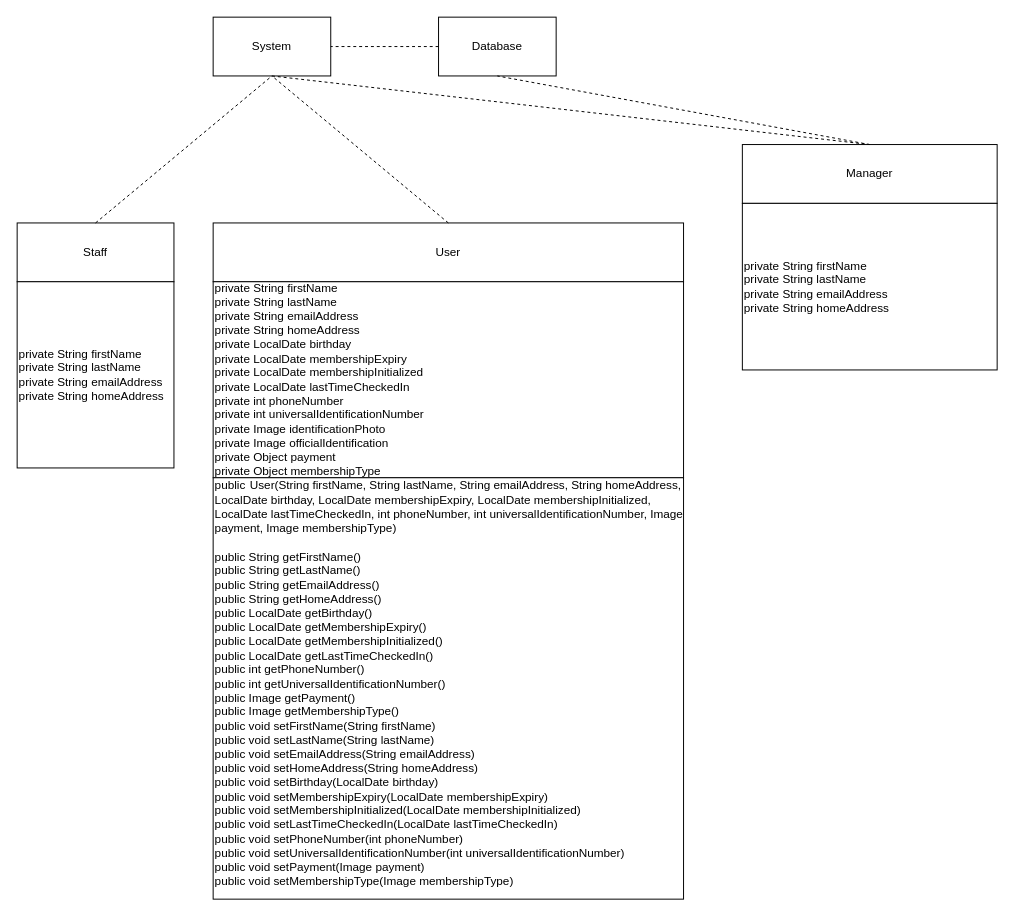
Before: UMLDiagram.drawio in EricSpencer00/COMP330Group5, a draw.io diagram. Source tidied: cells renumbered, new cells numbered last; positions are measured from the earlier drawing's top-left corner, leaving out a move shared by most shapes. Both pictures are drawn from the tidied source at 98%, with x=0, y=0 at pixel (17, 17).
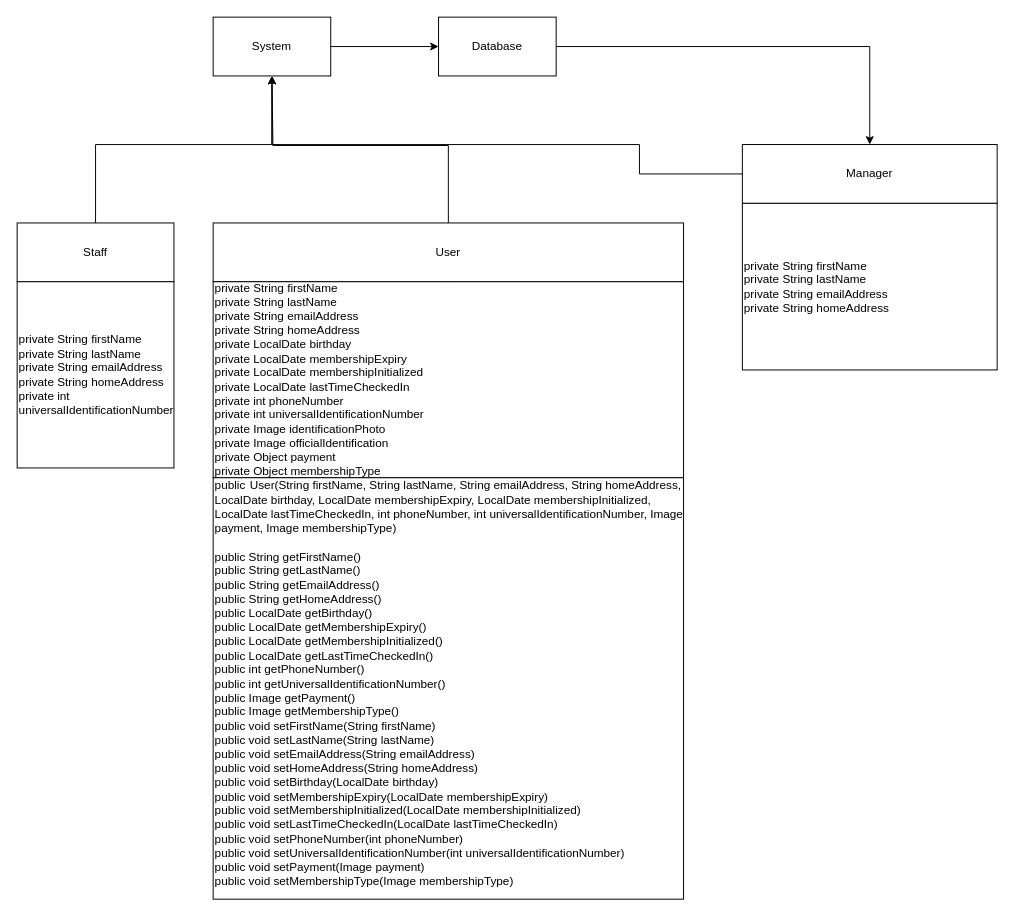
After the change.

Commit message:
Better arrows

Unchanged cells that the change refers to:
```xml
<mxCell id="2" value="System" style="rounded=0;whiteSpace=wrap;html=1;" parent="1" vertex="1">
  <mxGeometry x="200" width="120" height="60" as="geometry" />
</mxCell>
<mxCell id="3" value="Database" style="rounded=0;whiteSpace=wrap;html=1;" parent="1" vertex="1">
  <mxGeometry x="430" width="120" height="60" as="geometry" />
</mxCell>
<mxCell id="4" value="User" style="rounded=0;whiteSpace=wrap;html=1;" parent="1" vertex="1">
  <mxGeometry x="200" y="210" width="480" height="60" as="geometry" />
</mxCell>
<mxCell id="6" value="Manager" style="rounded=0;whiteSpace=wrap;html=1;" parent="1" vertex="1">
  <mxGeometry x="740" y="130" width="260" height="60" as="geometry" />
</mxCell>
<mxCell id="7" value="Staff" style="rounded=0;whiteSpace=wrap;html=1;" parent="1" vertex="1">
  <mxGeometry y="210" width="160" height="60" as="geometry" />
</mxCell>
<mxCell id="12" value="private String firstName&lt;div&gt;private String lastName&lt;/div&gt;&lt;div&gt;private String emailAddress&lt;/div&gt;&lt;div&gt;private String homeAddress&lt;/div&gt;&lt;div&gt;private LocalDate birthday&lt;/div&gt;&lt;div&gt;private LocalDate membershipExpiry&lt;/div&gt;&lt;div&gt;private LocalDate membershipInitialized&lt;/div&gt;&lt;div&gt;private LocalDate lastTimeCheckedIn&lt;/div&gt;&lt;div&gt;private int phoneNumber&lt;/div&gt;&lt;div&gt;private int universalIdentificationNumber&lt;/div&gt;&lt;div&gt;private Image identificationPhoto&lt;/div&gt;&lt;div&gt;private Image officialIdentification&lt;/div&gt;&lt;div&gt;private Object payment&lt;/div&gt;&lt;div&gt;private Object membershipType&amp;nbsp;&lt;/div&gt;" style="rounded=0;whiteSpace=wrap;html=1;align=left;" parent="1" vertex="1">
  <mxGeometry x="200" y="270" width="480" height="200" as="geometry" />
</mxCell>
<mxCell id="14" value="private String firstName&lt;div&gt;private String lastName&lt;/div&gt;&lt;div&gt;private String emailAddress&lt;/div&gt;&lt;div&gt;private String homeAddress&lt;/div&gt;" style="rounded=0;whiteSpace=wrap;html=1;align=left;" parent="1" vertex="1">
  <mxGeometry x="740" y="190" width="260" height="170" as="geometry" />
</mxCell>
```

The edit, as a diff of the source:
```diff
@@
+    <mxCell id="16" style="edgeStyle=orthogonalEdgeStyle;rounded=0;jettySize=auto;html=1;" parent="1" edge="1" source="2" target="3">
+      <mxGeometry relative="1" as="geometry" />
+    </mxCell>
@@
+    <mxCell id="17" style="edgeStyle=orthogonalEdgeStyle;rounded=0;jettySize=auto;html=1;entryX=0.5;entryY=0;entryDx=0;entryDy=0;" parent="1" edge="1" source="3" target="6">
+      <mxGeometry relative="1" as="geometry" />
+    </mxCell>
@@
+    <mxCell id="18" style="edgeStyle=orthogonalEdgeStyle;rounded=0;jettySize=auto;html=1;" parent="1" edge="1" source="4" target="12">
+      <mxGeometry relative="1" as="geometry" />
+    </mxCell>
+    <mxCell id="5" style="edgeStyle=orthogonalEdgeStyle;rounded=0;jettySize=auto;html=1;entryX=0.5;entryY=1;entryDx=0;entryDy=0;" parent="1" edge="1" source="4" target="2">
+      <mxGeometry relative="1" as="geometry">
+        <Array as="points">
+          <mxPoint x="440" y="131" />
+          <mxPoint x="261" y="131" />
+        </Array>
+      </mxGeometry>
+    </mxCell>
@@
-    <mxCell id="5" style="endArrow=none;dashed=1;html=1;rounded=0;entryX=0.5;entryY=1;entryDx=0;entryDy=0;exitX=0.5;exitY=0;exitDx=0;exitDy=0;" parent="1" edge="1" source="4" target="2">
-      <mxGeometry relative="1" as="geometry" />
-    </mxCell>
+    <mxCell id="19" style="edgeStyle=orthogonalEdgeStyle;rounded=0;jettySize=auto;html=1;" parent="1" edge="1" source="6" target="14">
+      <mxGeometry relative="1" as="geometry" />
+    </mxCell>
+    <mxCell id="20" style="edgeStyle=orthogonalEdgeStyle;rounded=0;jettySize=auto;html=1;entryX=0.5;entryY=1;entryDx=0;entryDy=0;" parent="1" edge="1" source="6" target="2">
+      <mxGeometry relative="1" as="geometry">
+        <Array as="points">
+          <mxPoint x="635" y="160" />
+          <mxPoint x="635" y="130" />
+          <mxPoint x="260" y="130" />
+        </Array>
+      </mxGeometry>
+    </mxCell>
@@
+    <mxCell id="8" style="edgeStyle=orthogonalEdgeStyle;rounded=0;jettySize=auto;html=1;" parent="1" edge="1" source="7" target="2">
+      <mxGeometry relative="1" as="geometry">
+        <Array as="points">
+          <mxPoint x="80" y="130" />
+          <mxPoint x="260" y="130" />
+        </Array>
+      </mxGeometry>
+    </mxCell>
@@
-    <mxCell id="8" style="endArrow=none;dashed=1;html=1;rounded=0;exitX=0.5;exitY=0;exitDx=0;exitDy=0;entryX=0.5;entryY=1;entryDx=0;entryDy=0;" parent="1" edge="1" source="7" target="2">
-      <mxGeometry relative="1" as="geometry" />
-    </mxCell>
-    <mxCell id="9" style="endArrow=none;dashed=1;html=1;rounded=0;entryX=0.5;entryY=0;entryDx=0;entryDy=0;exitX=0.5;exitY=1;exitDx=0;exitDy=0;" parent="1" edge="1" source="2" target="6">
-      <mxGeometry relative="1" as="geometry" />
-    </mxCell>
-    <mxCell id="10" style="endArrow=none;dashed=1;html=1;rounded=0;entryX=1;entryY=0.5;entryDx=0;entryDy=0;exitX=0;exitY=0.5;exitDx=0;exitDy=0;" parent="1" edge="1" source="3" target="2">
-      <mxGeometry relative="1" as="geometry" />
-    </mxCell>
-    <mxCell id="11" style="endArrow=none;dashed=1;html=1;rounded=0;exitX=0.5;exitY=0;exitDx=0;exitDy=0;entryX=0.5;entryY=1;entryDx=0;entryDy=0;" parent="1" edge="1" source="6" target="3">
-      <mxGeometry relative="1" as="geometry" />
-    </mxCell>
@@
-    <mxCell id="15" value="private String firstName&lt;div&gt;private String lastName&lt;/div&gt;&lt;div&gt;private String emailAddress&lt;/div&gt;&lt;div&gt;private String homeAddress&lt;/div&gt;" style="rounded=0;whiteSpace=wrap;html=1;align=left;" parent="1" vertex="1">
+    <mxCell id="15" value="private String firstName&lt;div&gt;private String lastName&lt;/div&gt;&lt;div&gt;private String emailAddress&lt;/div&gt;&lt;div&gt;private String homeAddress&lt;/div&gt;&lt;div&gt;private int universalIdentificationNumber&lt;/div&gt;" style="rounded=0;whiteSpace=wrap;html=1;align=left;" parent="1" vertex="1">
       <mxGeometry y="270" width="160" height="190" as="geometry" />
     </mxCell>
```
